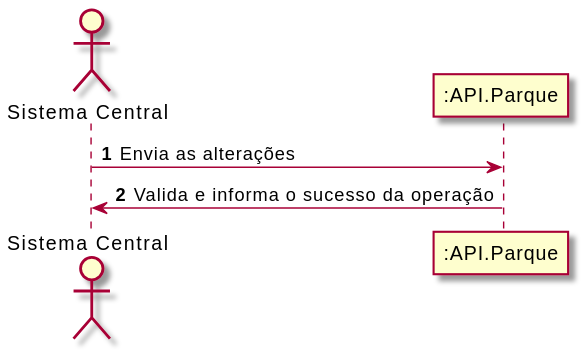
The PlantUML diagram Documentos/Sprint2/UC4/UC4-SSD.svg in UPskillDOTNET/Jakim-das-Coives-S.A., before a commit. Its diagram source:
```plantuml
@startuml
autonumber

    Actor "Sistema Central" as jdc
    participant ":API.Parque" as api
    jdc -> api : Envia as alterações
    api -> jdc : Valida e informa o sucesso da operação
@enduml
```
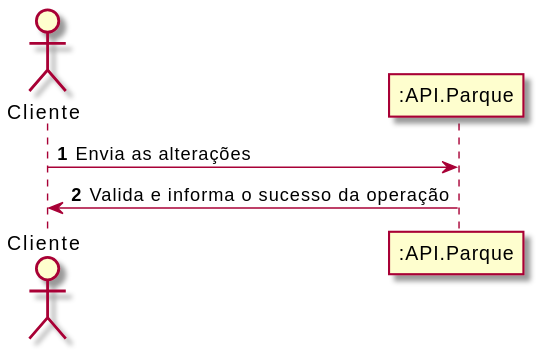
The same diagram one commit later.

The edit, as a diff of the source:
```diff
@@ -1,8 +1,7 @@
 @startuml
 autonumber
-
-    Actor "Sistema Central" as jdc
+    Actor "Cliente" as CL
     participant ":API.Parque" as api
-    jdc -> api : Envia as alterações
-    api -> jdc : Valida e informa o sucesso da operação
+    CL -> api : Envia as alterações
+    api -> CL : Valida e informa o sucesso da operação
 @enduml
```
